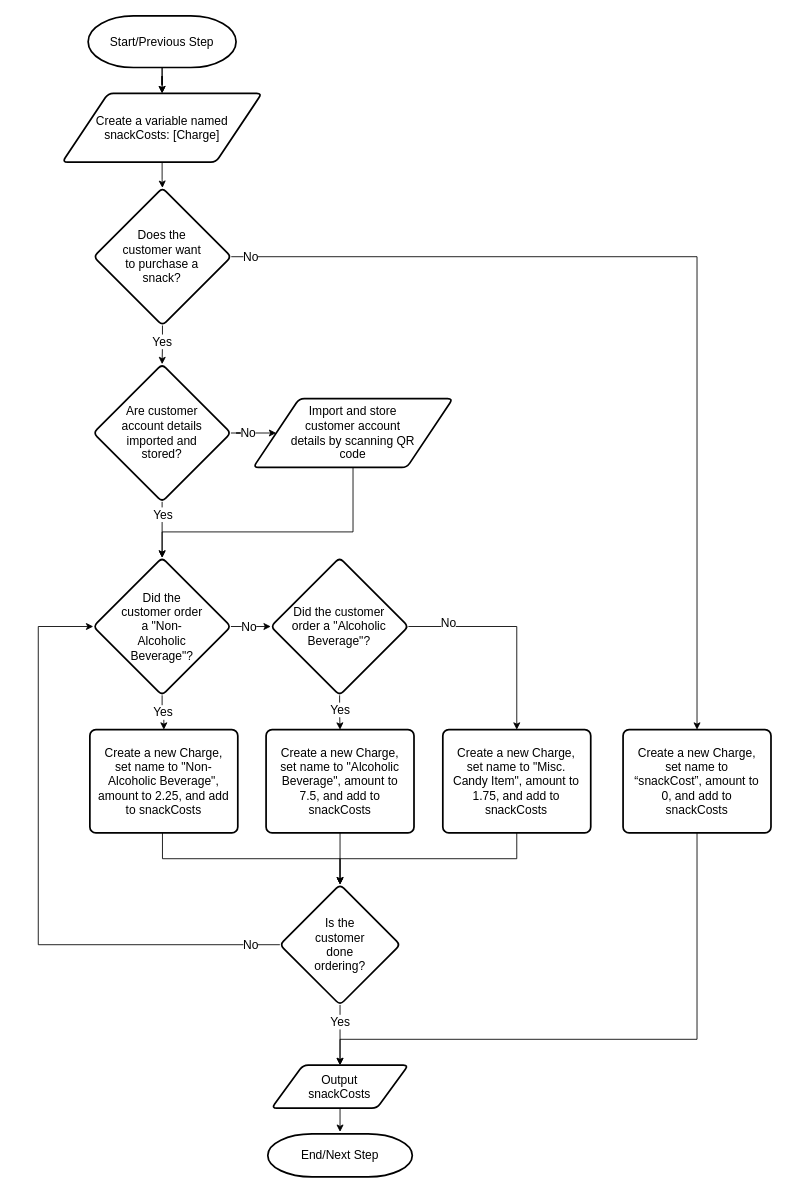
This is APS145NFF/W5/APS145_WS5_logic3_part4.drawio from lucanovello/Winter-2024, a draw.io file, before an edit. Source tidied: cells renumbered, new cells numbered last; positions are measured from the earlier drawing's top-left corner, leaving out a move shared by most shapes. Both pictures are drawn from the tidied source at 86%, with x=0, y=0 at pixel (38, 15).
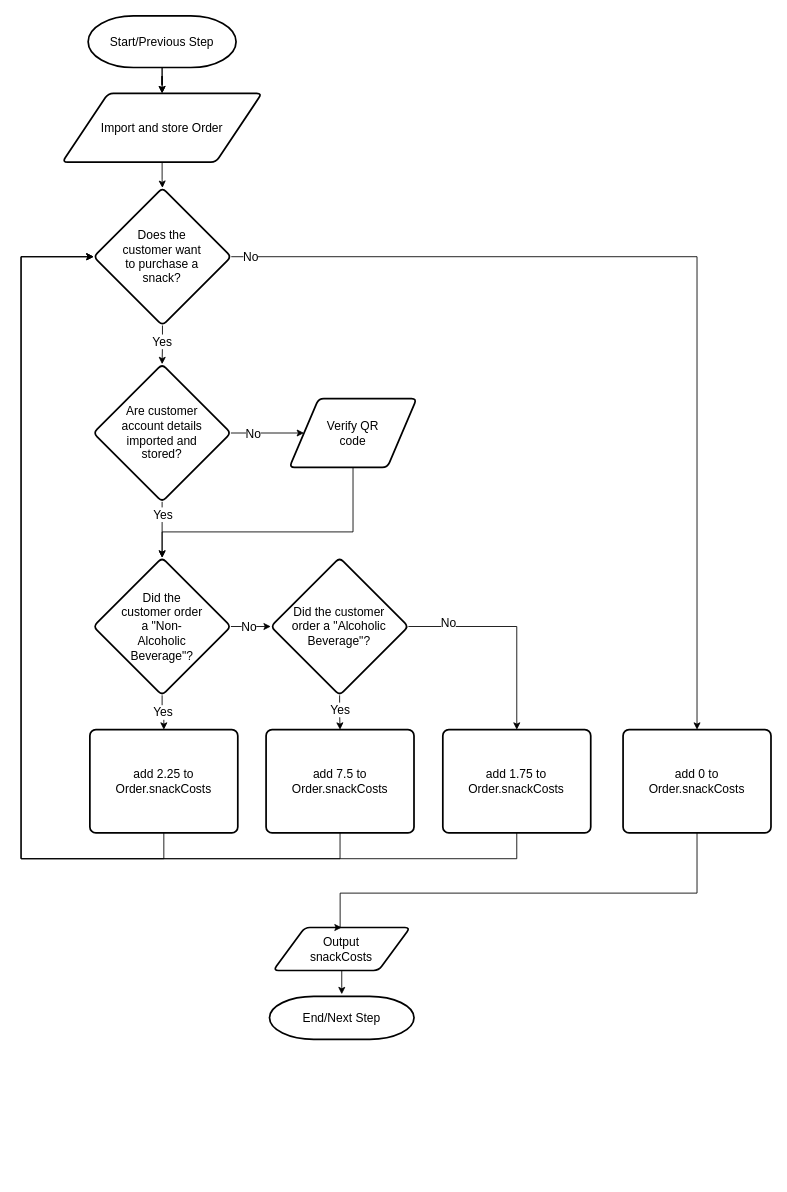
Above is the later version.

The change refers to these unchanged cells:
```xml
<mxCell id="13" value="&lt;p style=&quot;line-height: 120%; font-size: 14px;&quot;&gt;Did the customer order a &quot;Non-Alcoholic Beverage&quot;?&lt;/p&gt;" style="rhombus;whiteSpace=wrap;html=1;strokeWidth=2;rounded=1;arcSize=12;verticalAlign=middle;horizontal=1;spacing=20;spacingBottom=0;spacingTop=0;spacingLeft=10;spacingRight=10;fontSize=14;" parent="1" vertex="1">
  <mxGeometry x="64" y="630" width="160" height="160" as="geometry" />
</mxCell>
<mxCell id="35" value="&lt;p style=&quot;line-height: 120%; font-size: 14px;&quot;&gt;Does the customer want to purchase a snack?&lt;/p&gt;" style="rhombus;whiteSpace=wrap;html=1;strokeWidth=2;rounded=1;arcSize=12;verticalAlign=middle;horizontal=1;spacing=20;spacingBottom=0;spacingTop=0;spacingLeft=10;spacingRight=10;fontSize=14;" parent="1" vertex="1">
  <mxGeometry x="64.4" y="200" width="160" height="160" as="geometry" />
</mxCell>
<mxCell id="36" style="edgeStyle=orthogonalEdgeStyle;rounded=0;jettySize=auto;html=1;fontSize=14;" parent="1" edge="1" source="40" target="42">
  <mxGeometry relative="1" as="geometry" />
</mxCell>
```

What changed in the source:
```diff
@@
-    <mxCell id="15" value="&lt;div style=&quot;font-size: 14px;&quot;&gt;&lt;div style=&quot;font-size: 14px;&quot;&gt;Create a variable named snackCosts: [Charge]&lt;/div&gt;&lt;/div&gt;" style="shape=parallelogram;html=1;strokeWidth=2;perimeter=parallelogramPerimeter;whiteSpace=wrap;rounded=1;arcSize=12;size=0.23;spacing=20;spacingTop=0;spacingBottom=0;spacingLeft=15;spacingRight=15;fontSize=14;" parent="1" vertex="1">
+    <mxCell id="15" value="&lt;div style=&quot;font-size: 14px;&quot;&gt;&lt;div style=&quot;font-size: 14px;&quot;&gt;&lt;div&gt;Import and store Order&lt;/div&gt;&lt;/div&gt;&lt;/div&gt;" style="shape=parallelogram;html=1;strokeWidth=2;perimeter=parallelogramPerimeter;whiteSpace=wrap;rounded=1;arcSize=12;size=0.23;spacing=20;spacingTop=0;spacingBottom=0;spacingLeft=15;spacingRight=15;fontSize=14;" parent="1" vertex="1">
       <mxGeometry x="28" y="90" width="232" height="80" as="geometry" />
     </mxCell>
@@
     <mxCell id="17" value="&lt;div style=&quot;font-size: 14px;&quot;&gt;Output snackCosts&lt;/div&gt;" style="shape=parallelogram;html=1;strokeWidth=2;perimeter=parallelogramPerimeter;whiteSpace=wrap;rounded=1;arcSize=12;size=0.23;spacing=20;spacingTop=20;spacingBottom=20;spacingLeft=30;spacingRight=30;fontSize=14;" parent="1" vertex="1">
-      <mxGeometry x="271.3" y="1220" width="159.1" height="50" as="geometry" />
+      <mxGeometry x="273.3" y="1060" width="159.1" height="50" as="geometry" />
     </mxCell>
-    <mxCell id="18" style="edgeStyle=orthogonalEdgeStyle;rounded=0;jettySize=auto;html=1;fontSize=14;exitX=0.5;exitY=1;exitDx=0;exitDy=0;" parent="1" edge="1" source="29" target="25">
-      <mxGeometry relative="1" as="geometry" />
-    </mxCell>
@@
     <mxCell id="20" value="End/Next Step" style="strokeWidth=2;html=1;shape=mxgraph.flowchart.terminator;whiteSpace=wrap;spacing=20;spacingTop=5;spacingBottom=5;spacingLeft=5;spacingRight=5;fontSize=14;" parent="1" vertex="1">
-      <mxGeometry x="266.9" y="1300" width="168" height="50" as="geometry" />
+      <mxGeometry x="268.9" y="1140" width="168" height="50" as="geometry" />
     </mxCell>
-    <mxCell id="21" style="edgeStyle=orthogonalEdgeStyle;rounded=0;jettySize=auto;html=1;fontSize=14;" parent="1" edge="1" source="25" target="17">
-      <mxGeometry relative="1" as="geometry" />
-    </mxCell>
-    <mxCell id="22" value="Yes" style="edgeLabel;html=1;align=center;verticalAlign=middle;fontSize=14;" parent="21" vertex="1">
-      <mxGeometry x="-0.16" y="-1" relative="1" as="geometry">
-        <mxPoint x="1" y="-10" as="offset" />
-      </mxGeometry>
-    </mxCell>
-    <mxCell id="23" style="edgeStyle=orthogonalEdgeStyle;rounded=0;jettySize=auto;html=1;entryX=0;entryY=0.5;entryDx=0;entryDy=0;exitX=0;exitY=0.5;exitDx=0;exitDy=0;fontSize=14;" parent="1" edge="1" source="25" target="13">
-      <mxGeometry relative="1" as="geometry">
-        <Array as="points">
-          <mxPoint y="1080" />
-          <mxPoint y="710" />
-        </Array>
-      </mxGeometry>
-    </mxCell>
-    <mxCell id="24" value="No" style="edgeLabel;html=1;align=center;verticalAlign=middle;fontSize=14;" parent="23" vertex="1">
-      <mxGeometry x="-0.9" y="1" relative="1" as="geometry">
-        <mxPoint x="2" y="-1" as="offset" />
-      </mxGeometry>
-    </mxCell>
-    <mxCell id="25" value="&lt;p style=&quot;line-height: 120%; font-size: 14px;&quot;&gt;Is the customer done ordering?&lt;br style=&quot;font-size: 14px;&quot;&gt;&lt;/p&gt;" style="rhombus;whiteSpace=wrap;html=1;strokeWidth=2;rounded=1;arcSize=12;verticalAlign=middle;horizontal=1;spacing=21;spacingBottom=5;spacingTop=5;spacingLeft=5;spacingRight=5;fontSize=14;" parent="1" vertex="1">
-      <mxGeometry x="280.9" y="1010" width="140" height="140" as="geometry" />
-    </mxCell>
-    <mxCell id="26" style="edgeStyle=orthogonalEdgeStyle;rounded=0;jettySize=auto;html=1;entryX=0.5;entryY=0;entryDx=0;entryDy=0;fontSize=14;exitX=0.5;exitY=1;exitDx=0;exitDy=0;" parent="1" edge="1" source="30" target="25">
-      <mxGeometry relative="1" as="geometry">
-        <Array as="points">
-          <mxPoint x="556.4" y="980" />
-          <mxPoint x="350.4" y="980" />
-        </Array>
-      </mxGeometry>
-    </mxCell>
-    <mxCell id="27" style="edgeStyle=orthogonalEdgeStyle;rounded=0;jettySize=auto;html=1;entryX=0.5;entryY=0;entryDx=0;entryDy=0;fontSize=14;" parent="1" edge="1" source="28" target="25">
-      <mxGeometry relative="1" as="geometry">
-        <Array as="points">
-          <mxPoint x="144.4" y="980" />
-          <mxPoint x="350.4" y="980" />
-        </Array>
-      </mxGeometry>
-    </mxCell>
+    <mxCell id="45" style="edgeStyle=orthogonalEdgeStyle;rounded=0;jettySize=auto;html=1;entryX=0;entryY=0.5;entryDx=0;entryDy=0;" parent="1" edge="1" source="28" target="35">
+      <mxGeometry relative="1" as="geometry">
+        <Array as="points">
+          <mxPoint x="146" y="980" />
+          <mxPoint x="-20" y="980" />
+          <mxPoint x="-20" y="280" />
+        </Array>
+      </mxGeometry>
+    </mxCell>
-    <mxCell id="28" value="Create a new Charge, set name to &quot;Non-Alcoholic Beverage&quot;, amount to 2.25, and add to snackCosts" style="rounded=1;whiteSpace=wrap;html=1;absoluteArcSize=1;arcSize=14;strokeWidth=2;spacing=10;spacingTop=0;spacingBottom=0;spacingLeft=0;spacingRight=0;fontSize=14;" parent="1" vertex="1">
+    <mxCell id="28" value="add 2.25 to Order.snackCosts" style="rounded=1;whiteSpace=wrap;html=1;absoluteArcSize=1;arcSize=14;strokeWidth=2;spacing=10;spacingTop=0;spacingBottom=0;spacingLeft=0;spacingRight=0;fontSize=14;" parent="1" vertex="1">
       <mxGeometry x="60" y="830" width="172" height="120" as="geometry" />
     </mxCell>
+    <mxCell id="46" style="edgeStyle=orthogonalEdgeStyle;rounded=0;jettySize=auto;html=1;entryX=0;entryY=0.5;entryDx=0;entryDy=0;" parent="1" edge="1" source="29" target="35">
+      <mxGeometry relative="1" as="geometry">
+        <Array as="points">
+          <mxPoint x="351" y="980" />
+          <mxPoint x="-20" y="980" />
+          <mxPoint x="-20" y="280" />
+        </Array>
+      </mxGeometry>
+    </mxCell>
-    <mxCell id="29" value="Create a new Charge, set name to &quot;Alcoholic Beverage&quot;, amount to 7.5, and add to snackCosts" style="rounded=1;whiteSpace=wrap;html=1;absoluteArcSize=1;arcSize=14;strokeWidth=2;spacing=10;spacingTop=0;spacingBottom=0;spacingLeft=0;spacingRight=0;fontSize=14;" parent="1" vertex="1">
+    <mxCell id="29" value="add 7.5 to Order.snackCosts" style="rounded=1;whiteSpace=wrap;html=1;absoluteArcSize=1;arcSize=14;strokeWidth=2;spacing=10;spacingTop=0;spacingBottom=0;spacingLeft=0;spacingRight=0;fontSize=14;" parent="1" vertex="1">
       <mxGeometry x="264.9" y="830" width="172" height="120" as="geometry" />
     </mxCell>
+    <mxCell id="47" style="edgeStyle=orthogonalEdgeStyle;rounded=0;jettySize=auto;html=1;entryX=0;entryY=0.5;entryDx=0;entryDy=0;" parent="1" edge="1" source="30" target="35">
+      <mxGeometry relative="1" as="geometry">
+        <Array as="points">
+          <mxPoint x="556" y="980" />
+          <mxPoint x="-20" y="980" />
+          <mxPoint x="-20" y="280" />
+        </Array>
+      </mxGeometry>
+    </mxCell>
-    <mxCell id="30" value="Create a new Charge, set name to &quot;Misc. Candy Item&quot;, amount to 1.75, and add to snackCosts" style="rounded=1;whiteSpace=wrap;html=1;absoluteArcSize=1;arcSize=14;strokeWidth=2;spacing=10;spacingTop=0;spacingBottom=0;spacingLeft=0;spacingRight=0;fontSize=14;" parent="1" vertex="1">
+    <mxCell id="30" value="add 1.75 to Order.snackCosts" style="rounded=1;whiteSpace=wrap;html=1;absoluteArcSize=1;arcSize=14;strokeWidth=2;spacing=10;spacingTop=0;spacingBottom=0;spacingLeft=0;spacingRight=0;fontSize=14;" parent="1" vertex="1">
       <mxGeometry x="470.4" y="830" width="172" height="120" as="geometry" />
     </mxCell>
@@
     <mxCell id="37" value="No" style="edgeLabel;html=1;align=center;verticalAlign=middle;fontSize=14;" parent="36" vertex="1">
-      <mxGeometry x="0.16" y="1" relative="1" as="geometry" />
+      <mxGeometry x="0.16" y="1" relative="1" as="geometry">
+        <mxPoint x="-24" y="1" as="offset" />
+      </mxGeometry>
     </mxCell>
@@
-    <mxCell id="42" value="&lt;div style=&quot;font-size: 14px;&quot;&gt;&lt;div style=&quot;font-size: 14px;&quot;&gt;Import and store customer account details by scanning QR code&lt;/div&gt;&lt;/div&gt;" style="shape=parallelogram;html=1;strokeWidth=2;perimeter=parallelogramPerimeter;whiteSpace=wrap;rounded=1;arcSize=12;size=0.23;spacing=20;spacingTop=0;spacingBottom=0;spacingLeft=20;spacingRight=20;fontSize=14;" parent="1" vertex="1">
-      <mxGeometry x="250" y="445" width="232" height="80" as="geometry" />
+    <mxCell id="42" value="&lt;div style=&quot;font-size: 14px;&quot;&gt;&lt;div style=&quot;font-size: 14px;&quot;&gt;Verify QR code&lt;/div&gt;&lt;/div&gt;" style="shape=parallelogram;html=1;strokeWidth=2;perimeter=parallelogramPerimeter;whiteSpace=wrap;rounded=1;arcSize=12;size=0.23;spacing=20;spacingTop=0;spacingBottom=0;spacingLeft=20;spacingRight=20;fontSize=14;" parent="1" vertex="1">
+      <mxGeometry x="292" y="445" width="148" height="80" as="geometry" />
     </mxCell>
     <mxCell id="43" style="edgeStyle=orthogonalEdgeStyle;rounded=0;jettySize=auto;html=1;entryX=0.5;entryY=0;entryDx=0;entryDy=0;fontSize=14;" parent="1" edge="1" source="44" target="17">
       <mxGeometry relative="1" as="geometry">
         <Array as="points">
-          <mxPoint x="766" y="1190" />
-          <mxPoint x="351" y="1190" />
+          <mxPoint x="766" y="1020" />
+          <mxPoint x="351" y="1020" />
+          <mxPoint x="351" y="1060" />
         </Array>
       </mxGeometry>
     </mxCell>
-    <mxCell id="44" value="Create a new Charge, set name to “snackCost”, amount to 0, and add to snackCosts" style="rounded=1;whiteSpace=wrap;html=1;absoluteArcSize=1;arcSize=14;strokeWidth=2;spacing=10;spacingTop=0;spacingBottom=0;spacingLeft=0;spacingRight=0;fontSize=14;" parent="1" vertex="1">
+    <mxCell id="44" value="add 0 to Order.snackCosts" style="rounded=1;whiteSpace=wrap;html=1;absoluteArcSize=1;arcSize=14;strokeWidth=2;spacing=10;spacingTop=0;spacingBottom=0;spacingLeft=0;spacingRight=0;fontSize=14;" parent="1" vertex="1">
       <mxGeometry x="680" y="830" width="172" height="120" as="geometry" />
     </mxCell>
```
